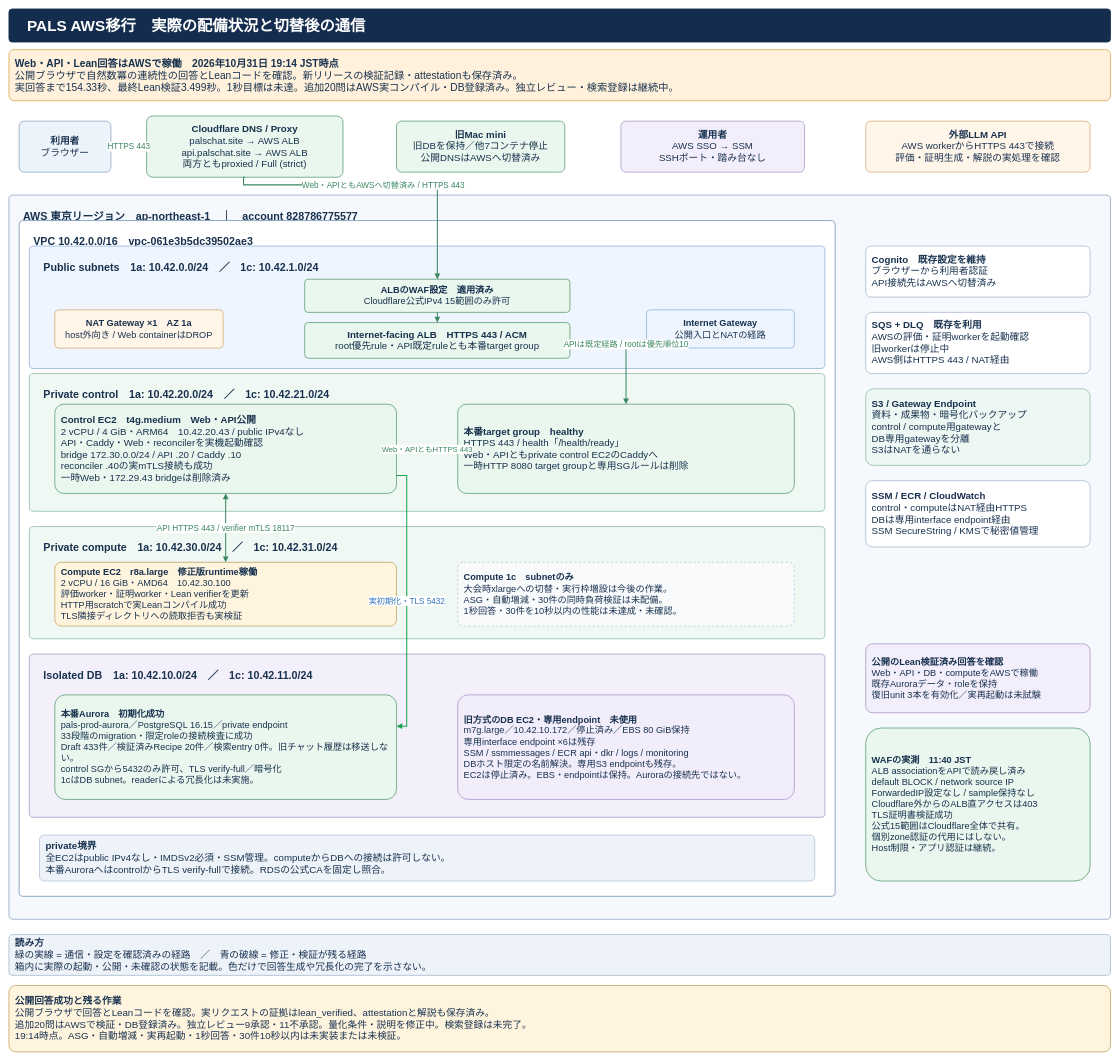
Earlier version of the draw.io diagram docs/diagrams/pals-aws-private-target.drawio (AtsushiHosaka/pals). Source tidied: cells renumbered, new cells numbered last; positions are measured from the earlier drawing's top-left corner, leaving out a move shared by most shapes. Both pictures are drawn from the tidied source at 51%, with x=0, y=0 at pixel (9, 9).
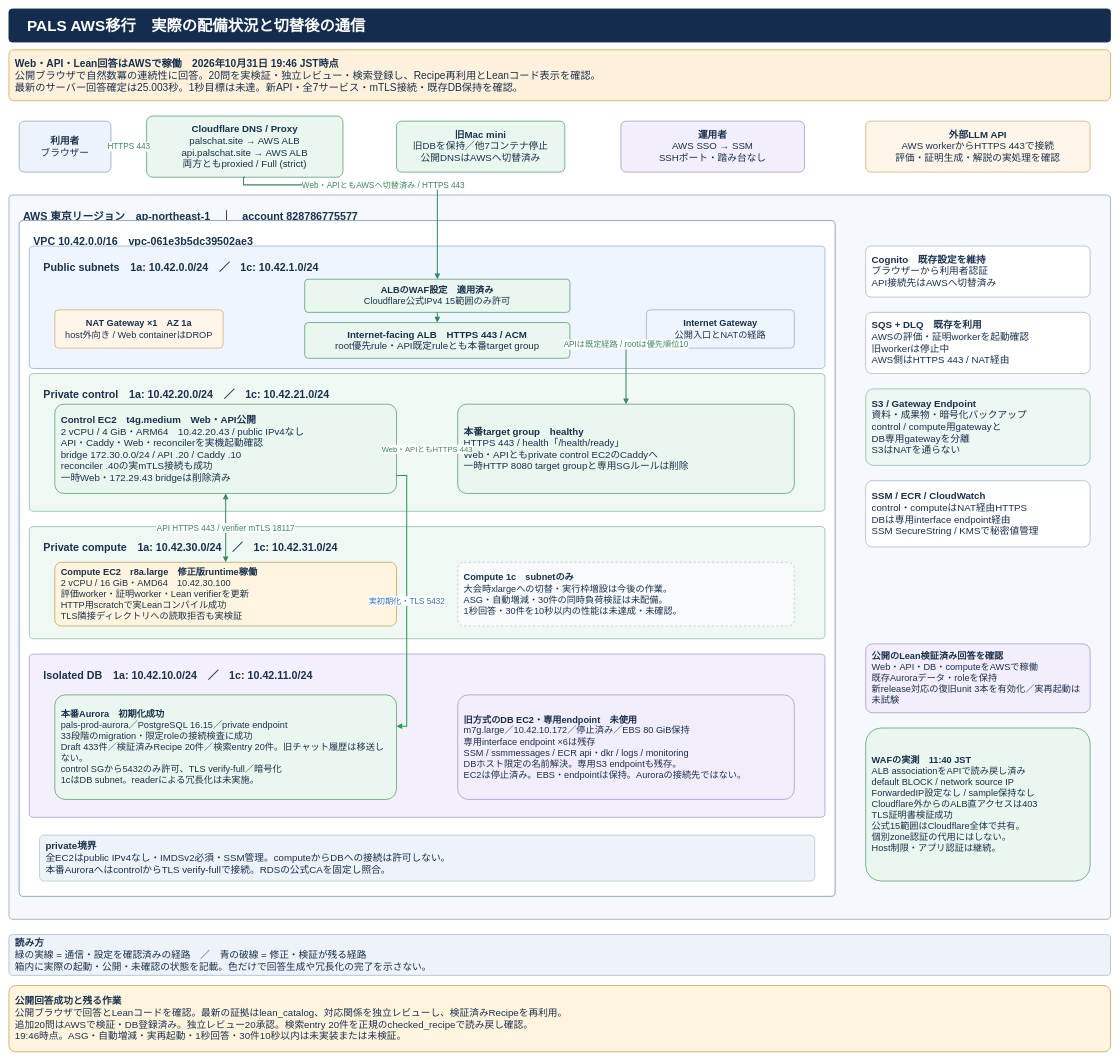
Above is the later version.

Commit message (it also covers changes not shown here):
Record verified AWS catalog answers and active runtime

The edit, as a diff of the source:
```diff
@@
-    <mxCell id="3" value="&lt;b&gt;Web・API・Lean回答はAWSで稼働　2026年10月31日 19:14 JST時点&lt;/b&gt;&lt;br&gt;公開ブラウザで自然数冪の連続性の回答とLeanコードを確認。新リリースの検証記録・attestationも保存済み。&lt;br&gt;実回答まで154.33秒、最終Lean検証3.499秒。1秒目標は未達。追加20問はAWS実コンパイル・DB登録済み。独立レビュー・検索登録は継続中。" style="rounded=1;arcSize=10;whiteSpace=wrap;html=1;fillColor=#fff1db;strokeColor=#dba54d;strokeWidth=1.5;fontSize=20;fontColor=#18314e;fontFamily=Hiragino Sans,Noto Sans JP,Arial;align=left;verticalAlign=middle;spacing=12;" parent="1" vertex="1">
+    <mxCell id="3" value="&lt;b&gt;Web・API・Lean回答はAWSで稼働　2026年10月31日 19:46 JST時点&lt;/b&gt;&lt;br&gt;公開ブラウザで自然数冪の連続性に回答。20問を実検証・独立レビュー・検索登録し、Recipe再利用とLeanコード表示を確認。&lt;br&gt;最新のサーバー回答確定は25.003秒。1秒目標は未達。新API・全7サービス・mTLS接続・既存DB保持を確認。" style="rounded=1;arcSize=10;whiteSpace=wrap;html=1;fillColor=#fff1db;strokeColor=#dba54d;strokeWidth=1.5;fontSize=20;fontColor=#18314e;fontFamily=Hiragino Sans,Noto Sans JP,Arial;align=left;verticalAlign=middle;spacing=12;" parent="1" vertex="1">
       <mxGeometry y="80" width="2160" height="100" as="geometry" />
     </mxCell>
@@
-    <mxCell id="23" value="&lt;b&gt;本番Aurora　初期化成功&lt;/b&gt;&lt;br&gt;pals-prod-aurora／PostgreSQL 16.15／private endpoint&lt;br&gt;33段階のmigration・限定roleの接続検査に成功&lt;br&gt;Draft 433件／検証済みRecipe 20件／検索entry 0件。旧チャット履歴は移送しない。&lt;br&gt;control SGから5432のみ許可、TLS verify-full／暗号化&lt;br&gt;1cはDB subnet。readerによる冗長化は未実施。" style="rounded=1;arcSize=10;whiteSpace=wrap;html=1;fillColor=#eaf7ee;strokeColor=#579a72;strokeWidth=1.5;fontSize=18;fontColor=#18314e;fontFamily=Hiragino Sans,Noto Sans JP,Arial;align=left;verticalAlign=middle;spacing=12;" parent="1" vertex="1">
+    <mxCell id="23" value="&lt;b&gt;本番Aurora　初期化成功&lt;/b&gt;&lt;br&gt;pals-prod-aurora／PostgreSQL 16.15／private endpoint&lt;br&gt;33段階のmigration・限定roleの接続検査に成功&lt;br&gt;Draft 433件／検証済みRecipe 20件／検索entry 20件。旧チャット履歴は移送しない。&lt;br&gt;control SGから5432のみ許可、TLS verify-full／暗号化&lt;br&gt;1cはDB subnet。readerによる冗長化は未実施。" style="rounded=1;arcSize=10;whiteSpace=wrap;html=1;fillColor=#eaf7ee;strokeColor=#579a72;strokeWidth=1.5;fontSize=18;fontColor=#18314e;fontFamily=Hiragino Sans,Noto Sans JP,Arial;align=left;verticalAlign=middle;spacing=12;" parent="1" vertex="1">
       <mxGeometry x="90" y="1345" width="670" height="205" as="geometry" />
     </mxCell>
@@
-    <mxCell id="30" value="&lt;b&gt;公開のLean検証済み回答を確認&lt;/b&gt;&lt;br&gt;Web・API・DB・computeをAWSで稼働&lt;br&gt;既存Auroraデータ・roleを保持&lt;br&gt;復旧unit 3本を有効化／実再起動は未試験" style="rounded=1;arcSize=10;whiteSpace=wrap;html=1;fillColor=#f3eefb;strokeColor=#aa95c4;strokeWidth=1.5;fontSize=18;fontColor=#18314e;fontFamily=Hiragino Sans,Noto Sans JP,Arial;align=left;verticalAlign=middle;spacing=12;" parent="1" vertex="1">
+    <mxCell id="30" value="&lt;b&gt;公開のLean検証済み回答を確認&lt;/b&gt;&lt;br&gt;Web・API・DB・computeをAWSで稼働&lt;br&gt;既存Auroraデータ・roleを保持&lt;br&gt;新release対応の復旧unit 3本を有効化／実再起動は未試験" style="rounded=1;arcSize=10;whiteSpace=wrap;html=1;fillColor=#f3eefb;strokeColor=#aa95c4;strokeWidth=1.5;fontSize=18;fontColor=#18314e;fontFamily=Hiragino Sans,Noto Sans JP,Arial;align=left;verticalAlign=middle;spacing=12;" parent="1" vertex="1">
       <mxGeometry x="1680" y="1245" width="440" height="135" as="geometry" />
     </mxCell>
@@
-    <mxCell id="39" value="&lt;b&gt;公開回答成功と残る作業&lt;/b&gt;&lt;br&gt;公開ブラウザで回答とLeanコードを確認。実リクエストの証拠はlean_verified、attestationと解説も保存済み。&lt;br&gt;追加20問はAWSで検証・DB登録済み。独立レビュー9承認・11不承認。量化条件・説明を修正中。検索登録は未完了。&lt;br&gt;19:14時点。ASG・自動増減・実再起動・1秒回答・30件10秒以内は未実装または未検証。" style="rounded=1;arcSize=10;whiteSpace=wrap;html=1;fillColor=#fff5df;strokeColor=#c3a15a;strokeWidth=1.5;fontSize=19;fontColor=#18314e;fontFamily=Hiragino Sans,Noto Sans JP,Arial;align=left;verticalAlign=middle;spacing=12;" parent="1" vertex="1">
+    <mxCell id="39" value="&lt;b&gt;公開回答成功と残る作業&lt;/b&gt;&lt;br&gt;公開ブラウザで回答とLeanコードを確認。最新の証拠はlean_catalog、対応関係を独立レビューし、検証済みRecipeを再利用。&lt;br&gt;追加20問はAWSで検証・DB登録済み。独立レビュー20承認。検索entry 20件を正規のchecked_recipeで読み戻し確認。&lt;br&gt;19:46時点。ASG・自動増減・実再起動・1秒回答・30件10秒以内は未実装または未検証。" style="rounded=1;arcSize=10;whiteSpace=wrap;html=1;fillColor=#fff5df;strokeColor=#c3a15a;strokeWidth=1.5;fontSize=19;fontColor=#18314e;fontFamily=Hiragino Sans,Noto Sans JP,Arial;align=left;verticalAlign=middle;spacing=12;" parent="1" vertex="1">
       <mxGeometry y="1915" width="2160" height="130" as="geometry" />
     </mxCell>
```
